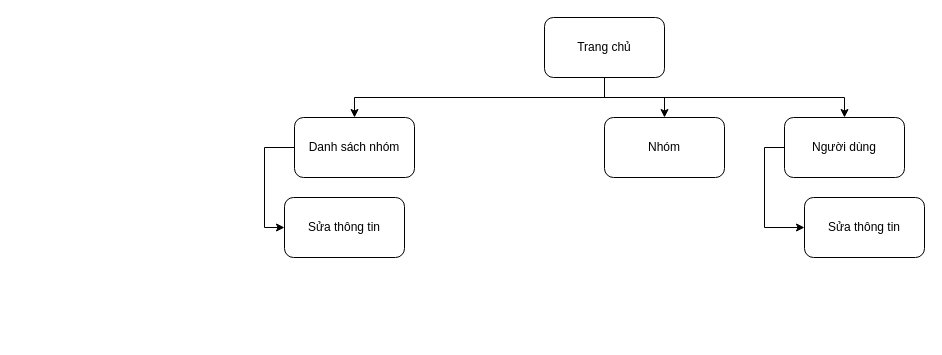
The draw.io diagram phac thao do an cuoi cung/sitemap.drawio in frozenproof/dactaphanmem, before the edit. Source tidied: cells renumbered, new cells numbered last; positions are measured from the earlier drawing's top-left corner, leaving out a move shared by most shapes. Both pictures are drawn from the tidied source at 100%, with x=0, y=0 at pixel (284, 17).
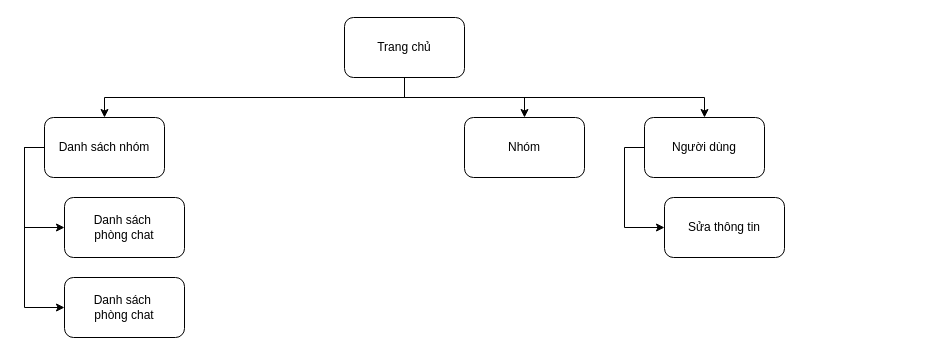
After the change.

What changed in the source:
```diff
@@
 <mxGraphModel>
   <root>
     <mxCell id="0" />
     <mxCell id="1" parent="0" />
     <mxCell id="2" style="edgeStyle=orthogonalEdgeStyle;rounded=0;jettySize=auto;html=1;exitX=0.5;exitY=1;exitDx=0;exitDy=0;" parent="1" edge="1" source="5" target="7">
       <mxGeometry relative="1" as="geometry" />
     </mxCell>
     <mxCell id="3" style="edgeStyle=orthogonalEdgeStyle;rounded=0;jettySize=auto;html=1;" parent="1" edge="1" source="5" target="9">
       <mxGeometry relative="1" as="geometry" />
     </mxCell>
     <mxCell id="4" style="edgeStyle=orthogonalEdgeStyle;rounded=0;jettySize=auto;html=1;exitX=0.5;exitY=1;exitDx=0;exitDy=0;" parent="1" edge="1" source="5" target="10">
       <mxGeometry relative="1" as="geometry" />
     </mxCell>
     <mxCell id="5" value="Trang chủ" style="rounded=1;whiteSpace=wrap;html=1;" parent="1" vertex="1">
-      <mxGeometry x="260" width="120" height="60" as="geometry" />
+      <mxGeometry x="60" width="120" height="60" as="geometry" />
     </mxCell>
     <mxCell id="6" style="edgeStyle=orthogonalEdgeStyle;rounded=0;jettySize=auto;html=1;exitX=0;exitY=0.5;exitDx=0;exitDy=0;entryX=0;entryY=0.5;entryDx=0;entryDy=0;" parent="1" edge="1" source="7" target="8">
       <mxGeometry relative="1" as="geometry" />
     </mxCell>
     <mxCell id="7" value="Người dùng" style="rounded=1;whiteSpace=wrap;html=1;" parent="1" vertex="1">
-      <mxGeometry x="500" y="100" width="120" height="60" as="geometry" />
+      <mxGeometry x="360" y="100" width="120" height="60" as="geometry" />
     </mxCell>
     <mxCell id="8" value="Sửa thông tin" style="whiteSpace=wrap;html=1;rounded=1;" parent="1" vertex="1">
-      <mxGeometry x="520" y="180" width="120" height="60" as="geometry" />
+      <mxGeometry x="380" y="180" width="120" height="60" as="geometry" />
     </mxCell>
     <mxCell id="9" value="Nhóm" style="rounded=1;whiteSpace=wrap;html=1;" parent="1" vertex="1">
-      <mxGeometry x="320" y="100" width="120" height="60" as="geometry" />
+      <mxGeometry x="180" y="100" width="120" height="60" as="geometry" />
     </mxCell>
     <mxCell id="10" value="Danh sách nhóm" style="rounded=1;whiteSpace=wrap;html=1;" parent="1" vertex="1">
-      <mxGeometry x="10" y="100" width="120" height="60" as="geometry" />
+      <mxGeometry x="-240" y="100" width="120" height="60" as="geometry" />
     </mxCell>
     <mxCell id="11" style="edgeStyle=orthogonalEdgeStyle;rounded=0;jettySize=auto;html=1;exitX=0;exitY=0.5;exitDx=0;exitDy=0;entryX=0;entryY=0.5;entryDx=0;entryDy=0;" parent="1" edge="1" source="10" target="12">
       <mxGeometry relative="1" as="geometry" />
     </mxCell>
-    <mxCell id="12" value="Sửa thông tin" style="whiteSpace=wrap;html=1;rounded=1;" parent="1" vertex="1">
-      <mxGeometry y="180" width="120" height="60" as="geometry" />
+    <mxCell id="12" value="Danh sách&amp;nbsp;&lt;div&gt;phòng chat&lt;/div&gt;" style="whiteSpace=wrap;html=1;rounded=1;" parent="1" vertex="1">
+      <mxGeometry x="-220" y="180" width="120" height="60" as="geometry" />
     </mxCell>
+    <mxCell id="13" style="edgeStyle=orthogonalEdgeStyle;rounded=0;jettySize=auto;html=1;entryX=0;entryY=0.5;entryDx=0;entryDy=0;" parent="1" edge="1" source="10" target="14">
+      <mxGeometry relative="1" as="geometry">
+        <Array as="points">
+          <mxPoint x="-260" y="130" />
+          <mxPoint x="-260" y="290" />
+        </Array>
+      </mxGeometry>
+    </mxCell>
+    <mxCell id="14" value="Danh sách&amp;nbsp;&lt;div&gt;phòng chat&lt;/div&gt;" style="whiteSpace=wrap;html=1;rounded=1;" parent="1" vertex="1">
+      <mxGeometry x="-220" y="260" width="120" height="60" as="geometry" />
+    </mxCell>
   </root>
 </mxGraphModel>
```
